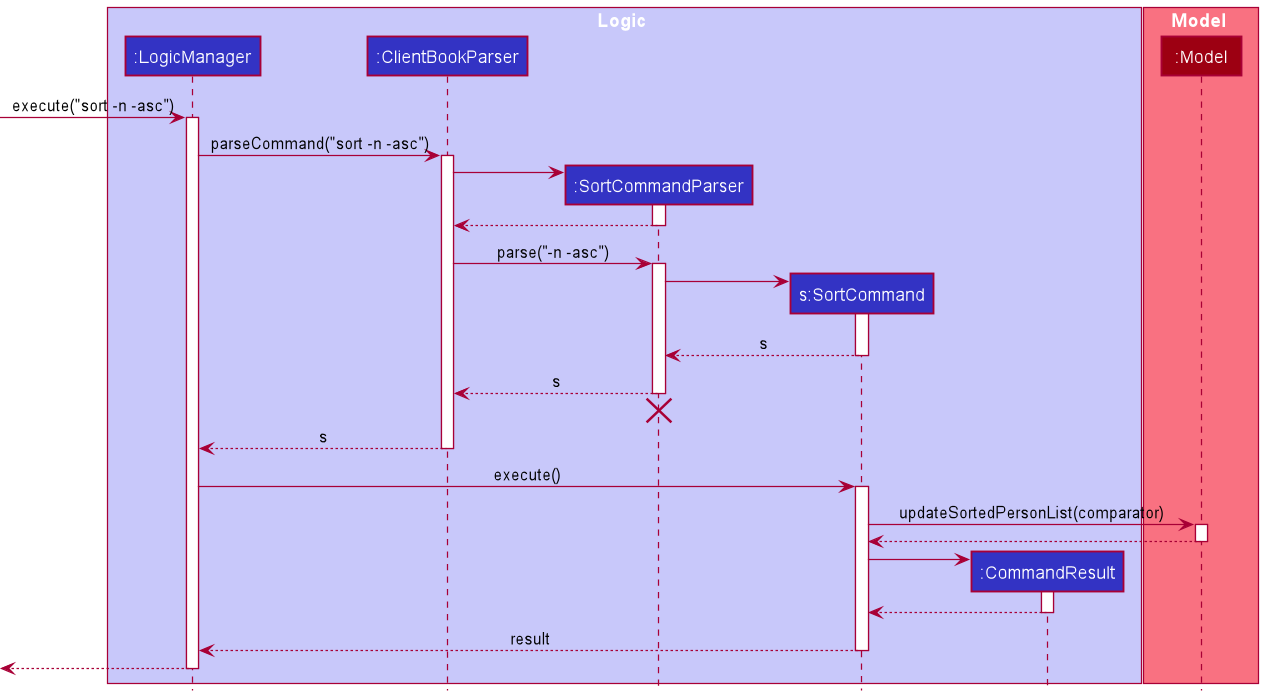
The PlantUML diagram docs/images/SortSequenceDiagram.png in nus-cs2103-AY2021S2/tp, before a commit. Source of this version:
```plantuml
@startuml
!include style.puml

box Logic LOGIC_COLOR_T1
participant ":LogicManager" as LogicManager LOGIC_COLOR
participant ":ClientBookParser" as ClientBookParser LOGIC_COLOR
participant ":SortCommandParser" as SortCommandParser LOGIC_COLOR
participant "s:SortCommand" as SortCommand LOGIC_COLOR
participant ":CommandResult" as CommandResult LOGIC_COLOR
end box

box Model MODEL_COLOR_T1
participant ":Model" as Model MODEL_COLOR
end box

[-> LogicManager : execute("sort -n -asc")
activate LogicManager

LogicManager -> ClientBookParser : parseCommand("sort -n -asc")
activate ClientBookParser

create SortCommandParser
ClientBookParser -> SortCommandParser
activate SortCommandParser

SortCommandParser --> ClientBookParser
deactivate SortCommandParser

ClientBookParser -> SortCommandParser : parse("-n -asc")
activate SortCommandParser

create SortCommand
SortCommandParser -> SortCommand
activate SortCommand

SortCommand --> SortCommandParser : s
deactivate SortCommand

SortCommandParser --> ClientBookParser : s
deactivate SortCommandParser
SortCommandParser -[hidden]-> ClientBookParser
destroy SortCommandParser

ClientBookParser --> LogicManager : s
deactivate ClientBookParser

LogicManager -> SortCommand : execute()
activate SortCommand

SortCommand -> Model : updateSortedPersonList(comparator)
activate Model

Model --> SortCommand
deactivate Model

create CommandResult
SortCommand -> CommandResult
activate CommandResult

CommandResult --> SortCommand
deactivate CommandResult

SortCommand --> LogicManager : result
deactivate SortCommand

[<--LogicManager
deactivate LogicManager
@enduml
```
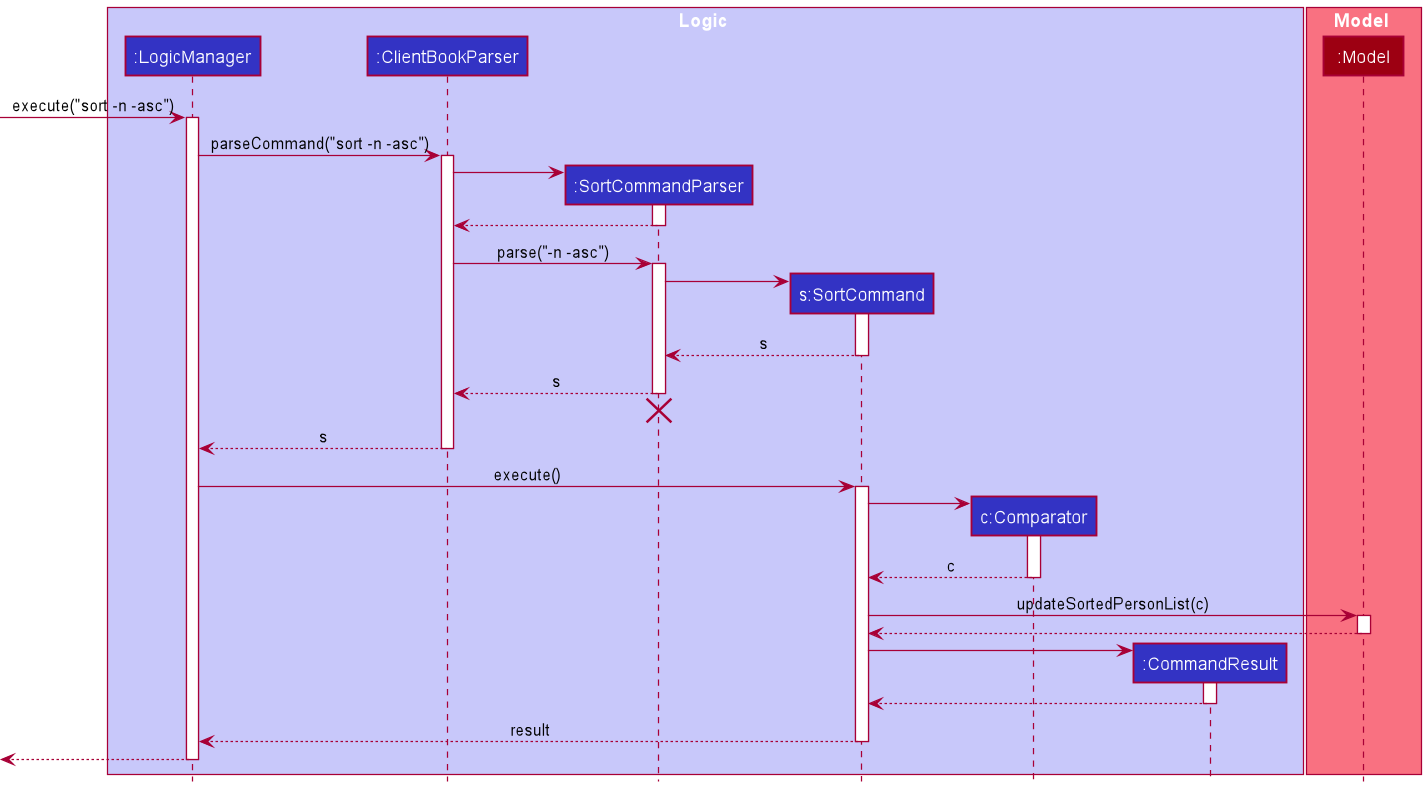
The same diagram one commit later.

The edit, as a diff of the source:
```diff
@@ -6,6 +6,7 @@
 participant ":ClientBookParser" as ClientBookParser LOGIC_COLOR
 participant ":SortCommandParser" as SortCommandParser LOGIC_COLOR
 participant "s:SortCommand" as SortCommand LOGIC_COLOR
+participant "c:Comparator" as Comparator LOGIC_COLOR
 participant ":CommandResult" as CommandResult LOGIC_COLOR
 end box
 
@@ -47,7 +48,14 @@
 LogicManager -> SortCommand : execute()
 activate SortCommand
 
-SortCommand -> Model : updateSortedPersonList(comparator)
+create Comparator
+SortCommand -> Comparator
+activate Comparator
+
+Comparator --> SortCommand : c
+deactivate Comparator
+
+SortCommand -> Model : updateSortedPersonList(c)
 activate Model
 
 Model --> SortCommand
```
